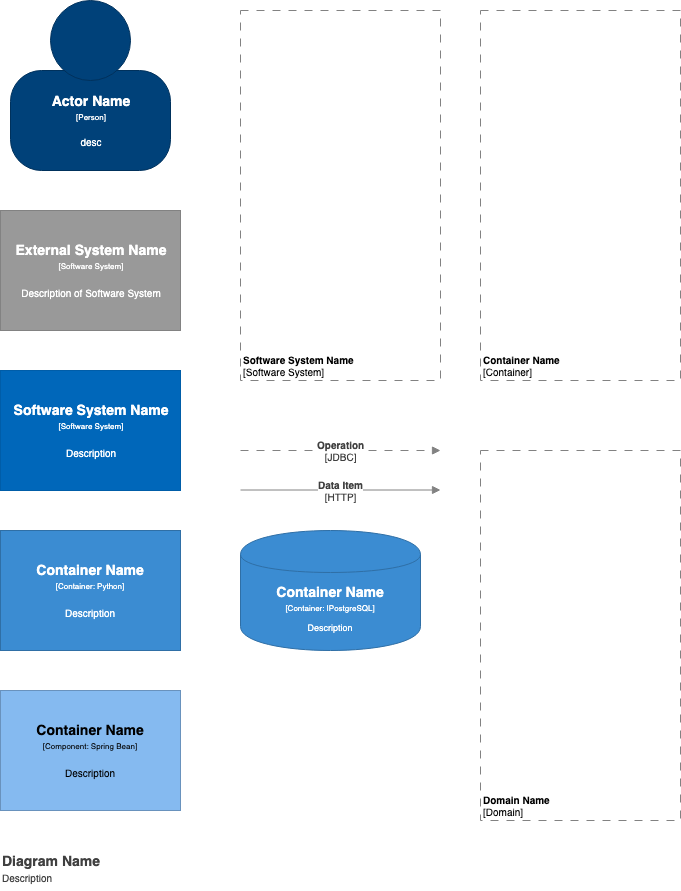
Earlier version of the draw.io export c4.drawio.png (kaminzo/c4-draw.io). Source tidied: cells renumbered, new cells last; positions are measured from the earlier drawing's top-left corner, leaving out a move shared by most shapes.
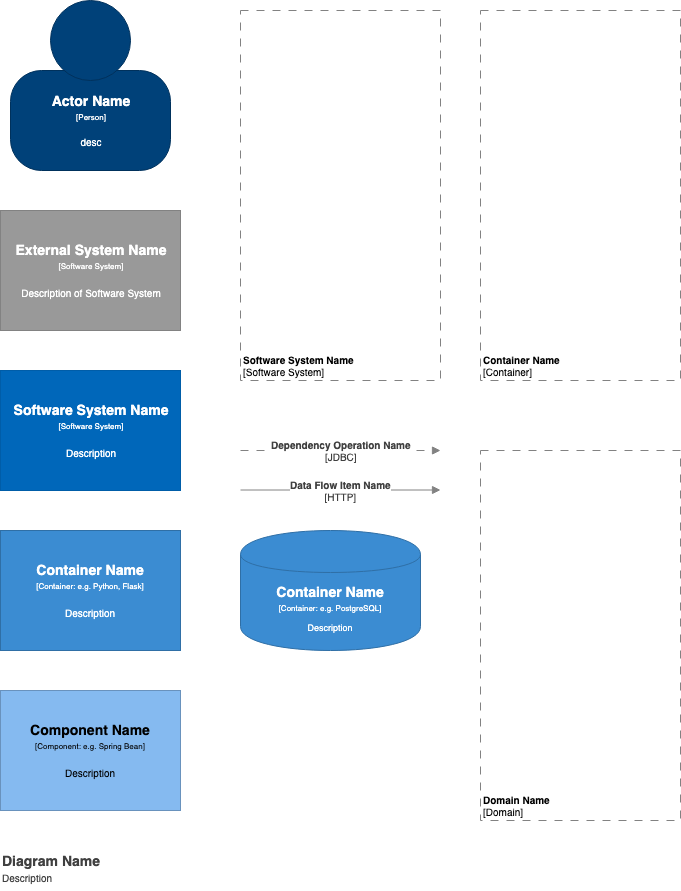
The same file after the commit.

Change to the diagram source:
```diff
@@ -20,12 +20,12 @@
         <mxGeometry x="240" y="10" width="200" height="370" as="geometry" />
       </mxCell>
     </object>
-    <object id="6" label="&lt;div style=&quot;color: rgb(255 , 255 , 255) ; white-space: normal&quot;&gt;&lt;span style=&quot;font-size: 14px&quot;&gt;&lt;b&gt;%name%&lt;/b&gt;&lt;/span&gt;&lt;/div&gt;&lt;div style=&quot;color: rgb(255 , 255 , 255) ; font-size: 12px ; white-space: normal&quot;&gt;&lt;font style=&quot;font-size: 8px&quot;&gt;[Container: %technology%]&lt;/font&gt;&lt;/div&gt;&lt;div style=&quot;color: rgb(255 , 255 , 255) ; white-space: normal ; font-size: 8px&quot;&gt;&lt;font style=&quot;line-height: 9.6px&quot;&gt;&lt;br&gt;&lt;/font&gt;&lt;/div&gt;&lt;div style=&quot;color: rgb(255 , 255 , 255) ; white-space: normal&quot;&gt;%description%&lt;/div&gt;" description="Description" name="Container Name" placeholders="1" technology="|PostgreSQL">
+    <object id="6" label="&lt;div style=&quot;color: rgb(255 , 255 , 255) ; white-space: normal&quot;&gt;&lt;span style=&quot;font-size: 14px&quot;&gt;&lt;b&gt;%name%&lt;/b&gt;&lt;/span&gt;&lt;/div&gt;&lt;div style=&quot;color: rgb(255 , 255 , 255) ; font-size: 12px ; white-space: normal&quot;&gt;&lt;font style=&quot;font-size: 8px&quot;&gt;[Container: %technology%]&lt;/font&gt;&lt;/div&gt;&lt;div style=&quot;color: rgb(255 , 255 , 255) ; white-space: normal ; font-size: 8px&quot;&gt;&lt;font style=&quot;line-height: 9.6px&quot;&gt;&lt;br&gt;&lt;/font&gt;&lt;/div&gt;&lt;div style=&quot;color: rgb(255 , 255 , 255) ; white-space: normal&quot;&gt;%description%&lt;/div&gt;" description="Description" name="Container Name" placeholders="1" technology="e.g. PostgreSQL">
       <mxCell style="shape=cylinder;whiteSpace=wrap;html=1;boundedLbl=1;backgroundOutline=1;strokeColor=#2F6FA6;strokeWidth=1;fillColor=#3B8CD2;fontSize=9;fontColor=#000000;align=center;" parent="1" vertex="1">
         <mxGeometry x="240" y="530" width="180" height="120" as="geometry" />
       </mxCell>
     </object>
-    <object id="7" label="&lt;b&gt;%name%&lt;/b&gt;&lt;br style=&quot;font-size: 10px&quot;&gt;[%technology%]" name="Operation" placeholders="1" technology="JDBC">
+    <object id="7" label="&lt;b&gt;%name%&lt;/b&gt;&lt;br style=&quot;font-size: 10px&quot;&gt;[%technology%]" name="Dependency Operation Name" placeholders="1" technology="JDBC">
       <mxCell style="endArrow=block;html=1;fontSize=10;fontColor=#404040;strokeWidth=1;endFill=1;dashed=1;dashPattern=8 8;strokeColor=#828282;elbow=vertical;" parent="1" edge="1">
         <mxGeometry relative="1" as="geometry">
           <mxPoint x="240" y="450" as="sourcePoint" />
@@ -33,7 +33,7 @@
         </mxGeometry>
       </mxCell>
     </object>
-    <object id="8" label="&lt;span style=&quot;font-size: 10px&quot;&gt;&lt;b&gt;%name%&lt;/b&gt;&lt;br&gt;[%technology%]&lt;br&gt;&lt;/span&gt;" name="Data Item" placeholders="1" technology="HTTP">
+    <object id="8" label="&lt;span style=&quot;font-size: 10px&quot;&gt;&lt;b&gt;%name%&lt;/b&gt;&lt;br&gt;[%technology%]&lt;br&gt;&lt;/span&gt;" name="Data Flow Item Name" placeholders="1" technology="HTTP">
       <mxCell style="endArrow=block;html=1;fontSize=10;fontColor=#404040;strokeWidth=1;endFill=1;strokeColor=#828282;elbow=vertical;" parent="1" edge="1">
         <mxGeometry relative="1" as="geometry">
           <mxPoint x="240" y="489.5" as="sourcePoint" />
@@ -56,12 +56,12 @@
         <mxGeometry y="370" width="180" height="120" as="geometry" />
       </mxCell>
     </object>
-    <object id="12" label="&lt;div&gt;&lt;span style=&quot;font-size: 14px&quot;&gt;&lt;b&gt;%name%&lt;/b&gt;&lt;/span&gt;&lt;/div&gt;&lt;div&gt;&lt;span style=&quot;font-size: 8px&quot;&gt;[Container: %technology%]&lt;/span&gt;&lt;/div&gt;&lt;div&gt;&lt;span style=&quot;font-size: 8px&quot;&gt;&lt;br&gt;&lt;/span&gt;&lt;/div&gt;&lt;div&gt;&lt;font size=&quot;1&quot;&gt;%description%&lt;/font&gt;&lt;/div&gt;" description="Description" name="Container Name" placeholders="1" technology="Python">
+    <object id="12" label="&lt;div&gt;&lt;span style=&quot;font-size: 14px&quot;&gt;&lt;b&gt;%name%&lt;/b&gt;&lt;/span&gt;&lt;/div&gt;&lt;div&gt;&lt;span style=&quot;font-size: 8px&quot;&gt;[Container: %technology%]&lt;/span&gt;&lt;/div&gt;&lt;div&gt;&lt;span style=&quot;font-size: 8px&quot;&gt;&lt;br&gt;&lt;/span&gt;&lt;/div&gt;&lt;div&gt;&lt;font size=&quot;1&quot;&gt;%description%&lt;/font&gt;&lt;/div&gt;" description="Description" name="Container Name" placeholders="1" technology="e.g. Python, Flask">
       <mxCell style="rounded=0;whiteSpace=wrap;html=1;fillColor=#3B8CD2;fontColor=#FFFFFF;strokeColor=#2F6FA6;" parent="1" vertex="1">
         <mxGeometry y="530" width="180" height="120" as="geometry" />
       </mxCell>
     </object>
-    <object id="13" label="&lt;div&gt;&lt;span style=&quot;font-size: 14px&quot;&gt;&lt;b&gt;%name%&lt;/b&gt;&lt;/span&gt;&lt;/div&gt;&lt;div&gt;&lt;span style=&quot;font-size: 8px&quot;&gt;[Component: %technology%]&lt;/span&gt;&lt;/div&gt;&lt;div&gt;&lt;span style=&quot;font-size: 8px&quot;&gt;&lt;br&gt;&lt;/span&gt;&lt;/div&gt;&lt;div&gt;&lt;font size=&quot;1&quot;&gt;%description%&lt;/font&gt;&lt;/div&gt;" description="Description" name="Container Name" placeholders="1" technology="Spring Bean">
+    <object id="13" label="&lt;div&gt;&lt;span style=&quot;font-size: 14px&quot;&gt;&lt;b&gt;%name%&lt;/b&gt;&lt;/span&gt;&lt;/div&gt;&lt;div&gt;&lt;span style=&quot;font-size: 8px&quot;&gt;[Component: %technology%]&lt;/span&gt;&lt;/div&gt;&lt;div&gt;&lt;span style=&quot;font-size: 8px&quot;&gt;&lt;br&gt;&lt;/span&gt;&lt;/div&gt;&lt;div&gt;&lt;font size=&quot;1&quot;&gt;%description%&lt;/font&gt;&lt;/div&gt;" description="Description" name="Component Name" placeholders="1" technology="e.g. Spring Bean">
       <mxCell style="rounded=0;whiteSpace=wrap;html=1;fillColor=#85baf0;fontColor=#000000;strokeColor=#6992BD;" parent="1" vertex="1">
         <mxGeometry y="690" width="180" height="120" as="geometry" />
       </mxCell>
```
